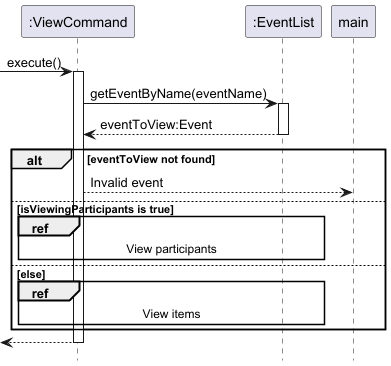
Above: docs/images/ViewEventSequenceDiagram.png in nus-cs2113-AY2425S1/tp (PlantUML), before the change.
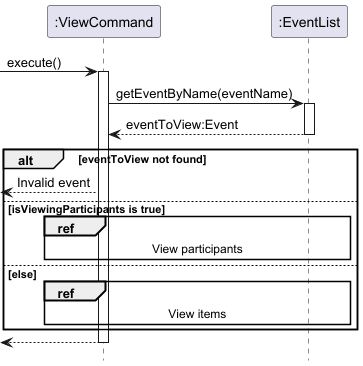
The same diagram one commit later.

Diff of the diagram source:
```diff
@@ -14,7 +14,7 @@
 return eventToView:Event
 
 alt eventToView not found
-    command --> main : Invalid event
+    command -->[ : Invalid event
 else isViewingParticipants is true
     ref over command, eventList: View participants
 else else
```
